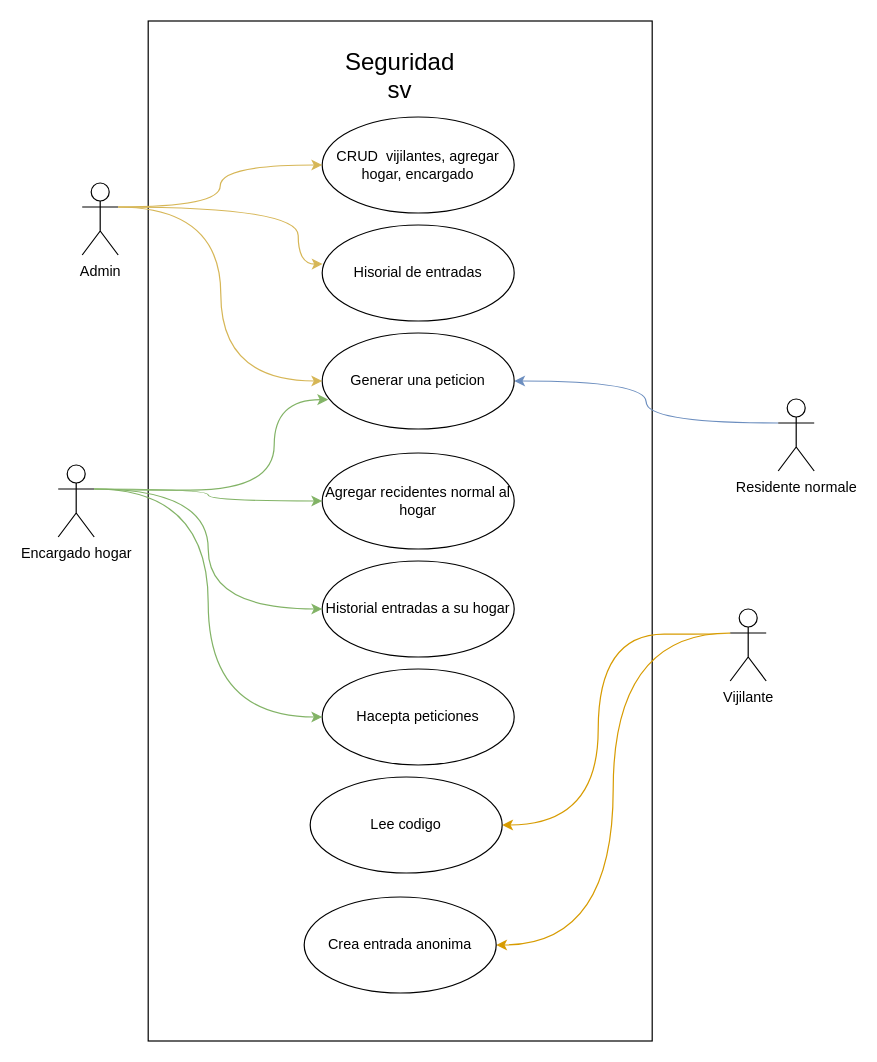
00005118/seguridad_sv keeps this draw.io diagram as Documento/Casos de uso diagrama.drawio. Above is the earlier version. Source tidied: cells renumbered, new cells numbered last; positions are measured from the earlier drawing's top-left corner, leaving out a move shared by most shapes. Both pictures are drawn from the tidied source at 120%, with x=0, y=0 at pixel (58, 20).
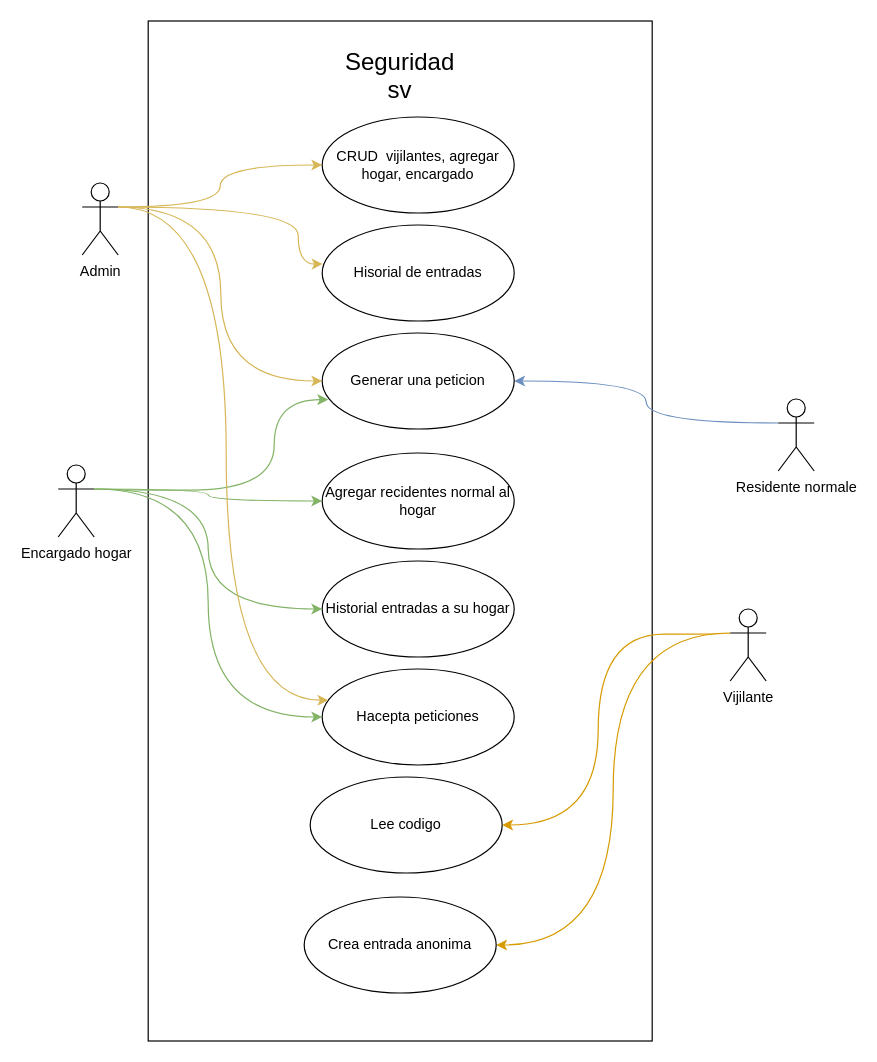
After the change.

Commit message (it also covers changes not shown here):
:memo:se agrego casos de uso, y se modifico la base de datos

Unchanged cells that the change refers to:
```xml
<mxCell id="3" value="Admin" style="shape=umlActor;verticalLabelPosition=bottom;verticalAlign=top;html=1;outlineConnect=0;" parent="1" vertex="1">
  <mxGeometry x="20" y="135" width="30" height="60" as="geometry" />
</mxCell>
<mxCell id="19" value="Hacepta peticiones" style="ellipse;whiteSpace=wrap;html=1;" parent="1" vertex="1">
  <mxGeometry x="220" y="540" width="160" height="80" as="geometry" />
</mxCell>
```

What changed in the source:
```diff
@@
+    <mxCell id="26" style="edgeStyle=orthogonalEdgeStyle;rounded=0;jettySize=auto;html=1;curved=1;fillColor=#fff2cc;strokeColor=#d6b656;entryX=0.032;entryY=0.325;entryDx=0;entryDy=0;exitX=1;exitY=0.3333333333333333;exitDx=0;exitDy=0;exitPerimeter=0;entryPerimeter=0;" parent="1" edge="1" source="3" target="19">
+      <mxGeometry relative="1" as="geometry">
+        <Array as="points">
+          <mxPoint x="140" y="155" />
+          <mxPoint x="140" y="566" />
+        </Array>
+      </mxGeometry>
+    </mxCell>
```
